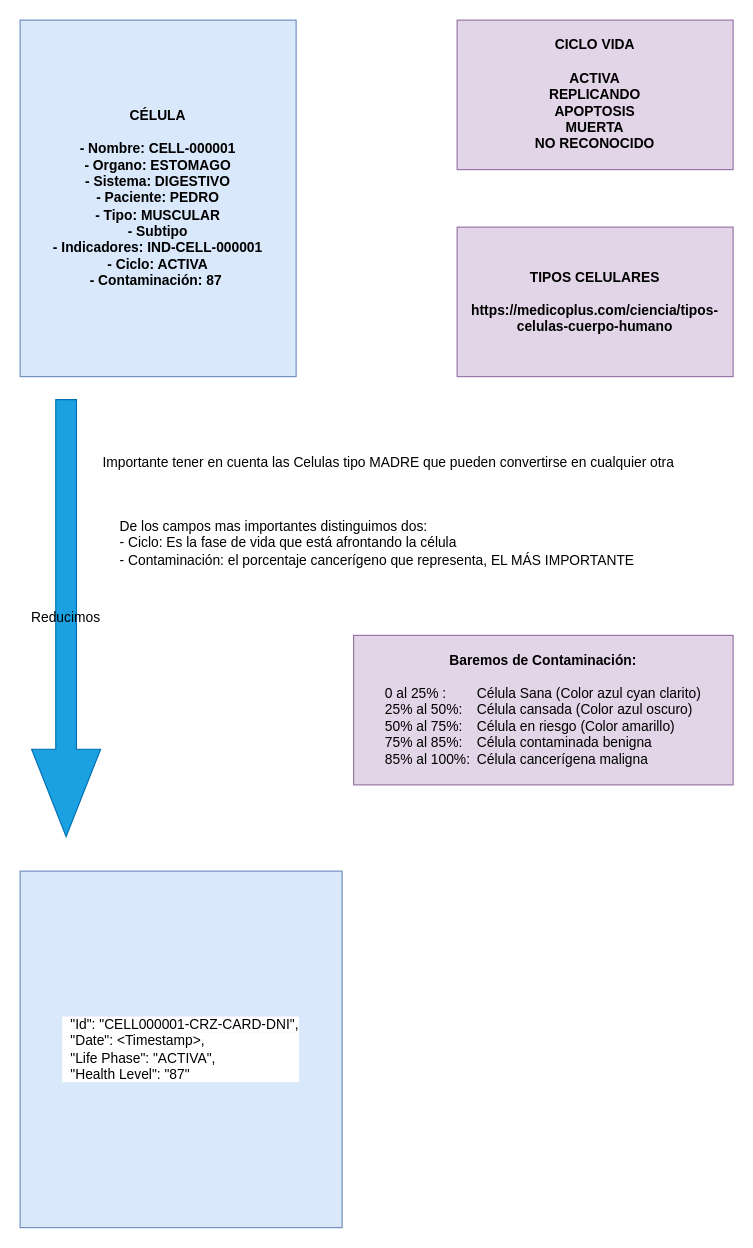
cellprom/cellprom-arq-doc keeps this draw.io diagram as page "CELULA" (3 of 7) of arch-design/cellprom-arch-functionality.drawio. Above is the earlier version. Source tidied: cells renumbered, new cells numbered last; positions are measured from the earlier drawing's top-left corner, leaving out a move shared by most shapes. Both pictures are drawn from the tidied source at 115%, with x=0, y=0 at pixel (20, 20).
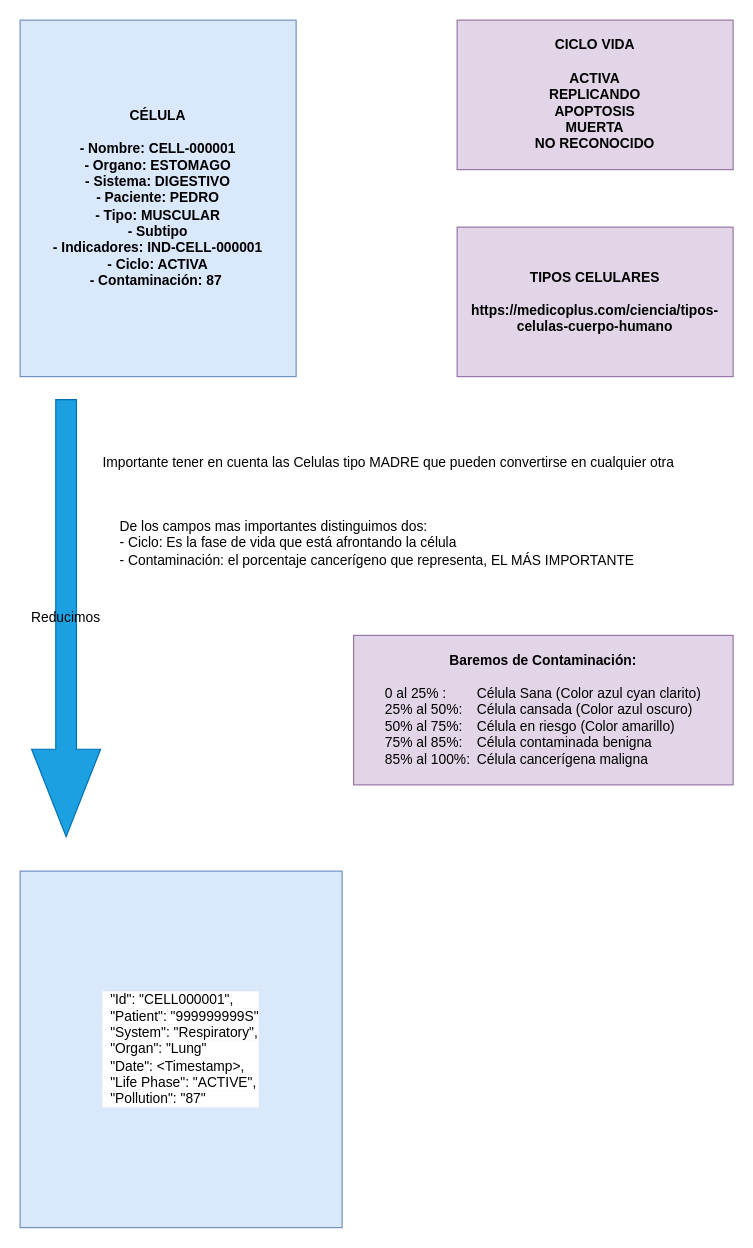
The same page after the edit.

The edit, as a diff of the source:
```diff
@@
 <mxGraphModel>
   <root>
     <mxCell id="0" />
     <mxCell id="1" parent="0" />
     <mxCell id="2" value="CÉLULA&lt;br&gt;&lt;br&gt;- Nombre: CELL-000001&lt;br&gt;- Organo: ESTOMAGO&lt;br&gt;- Sistema: DIGESTIVO&lt;br&gt;- Paciente: PEDRO&lt;br&gt;- Tipo: MUSCULAR&lt;br&gt;- Subtipo&lt;br&gt;- Indicadores: IND-CELL-000001&lt;br&gt;- Ciclo: ACTIVA&lt;div&gt;- Contaminación: 87&amp;nbsp;&lt;/div&gt;" style="whiteSpace=wrap;html=1;fillColor=#dae8fc;strokeColor=#6c8ebf;fontStyle=1;" parent="1" vertex="1">
       <mxGeometry width="240" height="310" as="geometry" />
     </mxCell>
     <mxCell id="3" value="CICLO VIDA&lt;br&gt;&lt;br&gt;ACTIVA&lt;br&gt;REPLICANDO&lt;br&gt;APOPTOSIS&lt;br&gt;MUERTA&lt;br&gt;NO RECONOCIDO" style="whiteSpace=wrap;html=1;fillColor=#e1d5e7;strokeColor=#9673a6;fontStyle=1;" parent="1" vertex="1">
       <mxGeometry x="380" width="240" height="130" as="geometry" />
     </mxCell>
     <mxCell id="4" value="TIPOS CELULARES&lt;br&gt;&lt;br&gt;https://medicoplus.com/ciencia/tipos-celulas-cuerpo-humano" style="whiteSpace=wrap;html=1;fillColor=#e1d5e7;strokeColor=#9673a6;fontStyle=1;" parent="1" vertex="1">
       <mxGeometry x="380" y="180" width="240" height="130" as="geometry" />
     </mxCell>
     <mxCell id="5" value="Importante tener en cuenta las Celulas tipo MADRE que pueden convertirse en cualquier otra" style="text;html=1;align=center;verticalAlign=middle;strokeColor=none;fillColor=none;" parent="1" vertex="1">
       <mxGeometry x="60" y="370" width="520" height="30" as="geometry" />
     </mxCell>
     <mxCell id="6" value="De los campos mas importantes distinguimos dos:&lt;br&gt;- Ciclo: Es la fase de vida que está afrontando la célula&lt;div&gt;- Contaminación: el porcentaje cancerígeno que representa, EL MÁS IMPORTANTE&lt;/div&gt;" style="text;html=1;align=left;verticalAlign=middle;strokeColor=none;fillColor=none;" parent="1" vertex="1">
       <mxGeometry x="85" y="425" width="470" height="60" as="geometry" />
     </mxCell>
     <mxCell id="7" value="&lt;b style=&quot;text-align: left; text-wrap: nowrap;&quot;&gt;Baremos de Contaminación:&lt;/b&gt;&lt;div style=&quot;font-weight: 400; text-align: left; text-wrap: nowrap;&quot;&gt;&lt;br&gt;&lt;/div&gt;&lt;div style=&quot;font-weight: 400; text-align: left; text-wrap: nowrap;&quot;&gt;0 al 25% : &lt;span style=&quot;white-space: pre;&quot;&gt;&#9;&lt;/span&gt;Célula Sana (Color azul cyan clarito)&lt;/div&gt;&lt;div style=&quot;font-weight: 400; text-align: left; text-wrap: nowrap;&quot;&gt;25% al 50%: &lt;span style=&quot;white-space: pre;&quot;&gt;&#9;&lt;/span&gt;Célula cansada (Color azul oscuro)&lt;/div&gt;&lt;div style=&quot;font-weight: 400; text-align: left; text-wrap: nowrap;&quot;&gt;50% al 75%: &lt;span style=&quot;white-space: pre;&quot;&gt;&#9;&lt;/span&gt;Célula en riesgo (Color amarillo)&lt;/div&gt;&lt;div style=&quot;font-weight: 400; text-align: left; text-wrap: nowrap;&quot;&gt;75% al 85%: &lt;span style=&quot;white-space: pre;&quot;&gt;&#9;&lt;/span&gt;Célula contaminada benigna&lt;/div&gt;&lt;div style=&quot;font-weight: 400; text-align: left; text-wrap: nowrap;&quot;&gt;85% al 100%: &lt;span style=&quot;white-space: pre;&quot;&gt;&#9;&lt;/span&gt;Célula cancerígena maligna&lt;/div&gt;" style="whiteSpace=wrap;html=1;fillColor=#e1d5e7;strokeColor=#9673a6;fontStyle=1;" parent="1" vertex="1">
       <mxGeometry x="290" y="535" width="330" height="130" as="geometry" />
     </mxCell>
     <mxCell id="8" value="&lt;font color=&quot;#000000&quot;&gt;Reducimos&lt;/font&gt;" style="shape=singleArrow;direction=south;whiteSpace=wrap;html=1;fillColor=#1ba1e2;strokeColor=#006EAF;fontColor=#ffffff;" parent="1" vertex="1">
       <mxGeometry x="10" y="330" width="60" height="380" as="geometry" />
     </mxCell>
-    <mxCell id="9" value="&lt;div style=&quot;font-weight: 400; text-align: left; background-color: rgb(255, 255, 255);&quot;&gt;&amp;nbsp; &quot;Id&quot;: &quot;CELL000001-CRZ-CARD-DNI&quot;,&lt;/div&gt;&lt;div style=&quot;font-weight: 400; text-align: left; background-color: rgb(255, 255, 255);&quot;&gt;&amp;nbsp; &quot;Date&quot;: &amp;lt;Timestamp&amp;gt;,&lt;/div&gt;&lt;div style=&quot;font-weight: 400; text-align: left; background-color: rgb(255, 255, 255);&quot;&gt;&amp;nbsp; &quot;Life Phase&quot;: &quot;ACTIVA&quot;,&lt;/div&gt;&lt;div style=&quot;font-weight: 400; text-align: left; background-color: rgb(255, 255, 255);&quot;&gt;&amp;nbsp; &quot;Health Level&quot;: &quot;87&quot;&amp;nbsp;&lt;/div&gt;" style="whiteSpace=wrap;html=1;fillColor=#dae8fc;strokeColor=#6c8ebf;fontStyle=1;" parent="1" vertex="1">
+    <mxCell id="9" value="&lt;div style=&quot;font-weight: 400; text-align: left; background-color: rgb(255, 255, 255);&quot;&gt;&amp;nbsp; &quot;Id&quot;: &quot;CELL000001&quot;,&lt;/div&gt;&lt;div style=&quot;font-weight: 400; text-align: left; background-color: rgb(255, 255, 255);&quot;&gt;&amp;nbsp; &quot;Patient&quot;: &quot;999999999S&quot;&lt;/div&gt;&lt;div style=&quot;font-weight: 400; text-align: left; background-color: rgb(255, 255, 255);&quot;&gt;&amp;nbsp; &quot;System&quot;: &quot;Respiratory&quot;,&lt;/div&gt;&lt;div style=&quot;font-weight: 400; text-align: left; background-color: rgb(255, 255, 255);&quot;&gt;&amp;nbsp; &quot;Organ&quot;: &quot;Lung&quot;&lt;/div&gt;&lt;div style=&quot;font-weight: 400; text-align: left; background-color: rgb(255, 255, 255);&quot;&gt;&amp;nbsp; &quot;Date&quot;: &amp;lt;Timestamp&amp;gt;,&lt;/div&gt;&lt;div style=&quot;font-weight: 400; text-align: left; background-color: rgb(255, 255, 255);&quot;&gt;&amp;nbsp; &quot;Life Phase&quot;: &quot;ACTIVE&quot;,&lt;/div&gt;&lt;div style=&quot;font-weight: 400; text-align: left; background-color: rgb(255, 255, 255);&quot;&gt;&amp;nbsp; &quot;Pollution&quot;: &quot;87&quot;&amp;nbsp;&lt;/div&gt;" style="whiteSpace=wrap;html=1;fillColor=#dae8fc;strokeColor=#6c8ebf;fontStyle=1;" parent="1" vertex="1">
       <mxGeometry y="740" width="280" height="310" as="geometry" />
     </mxCell>
   </root>
 </mxGraphModel>
```
